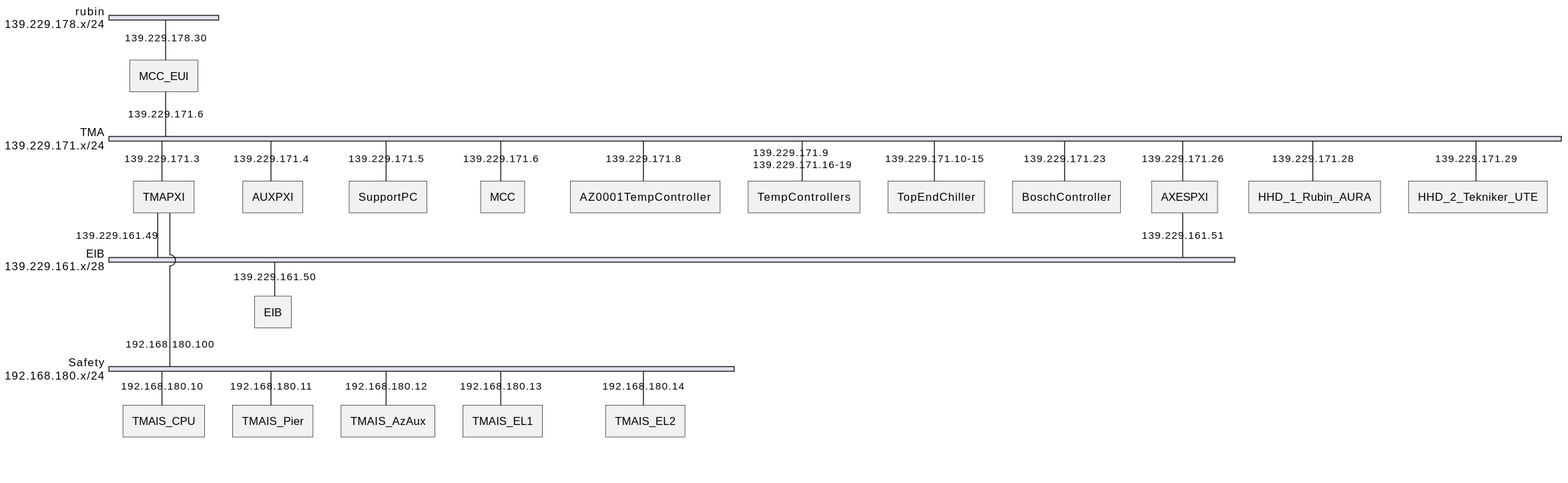
This is resources/Network_Architecture.svg from lsst-ts/ts_tma_tma-documentation_ethernet-conexions, a PlantUML export, as it was before one commit.
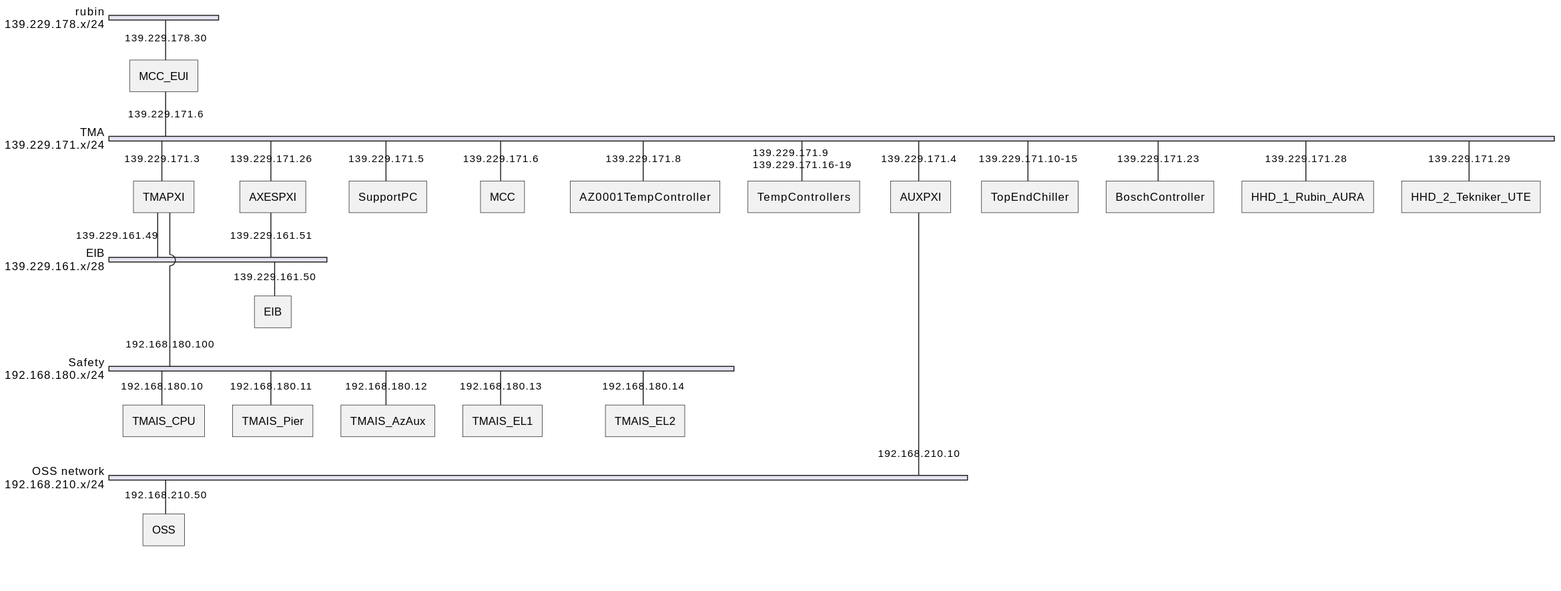
After the commit.

Commit message:
perf: update the connections state and add the OSS network

The edit, as a diff of the source:
```diff
@@ -8,14 +8,14 @@
         address = "139.229.171.x/24";
         MCC_EUI [address = "139.229.171.6"]
         TMAPXI [address = "139.229.171.3"]
-        AUXPXI [address = "139.229.171.4"]
+        AXESPXI [address = "139.229.171.26"]
         SupportPC [address = "139.229.171.5"]
         MCC [address = "139.229.171.6"]
         AZ0001TempController [address = "139.229.171.8"]
         TempControllers [address = "139.229.171.9, 139.229.171.16-19"]
+        AUXPXI [address = "139.229.171.4"]
         TopEndChiller [address = "139.229.171.10-15"]
         BoschController [address = "139.229.171.23"]
-        AXESPXI [address = "139.229.171.26"]
         HHD_1_Rubin_AURA [address = "139.229.171.28"]
         HHD_2_Tekniker_UTE [address = "139.229.171.29"]
     }
@@ -34,5 +34,11 @@
         TMAIS_EL1 [address = "192.168.180.13"]
         TMAIS_EL2 [address = "192.168.180.14"]
     }
+    network OSS_net {
+      address = "192.168.210.x/24"
+      description = "OSS network"
+      AUXPXI [address = "192.168.210.10"]
+      OSS [ address = "192.168.210.50" ]
+    }
 }
 @enduml
```
